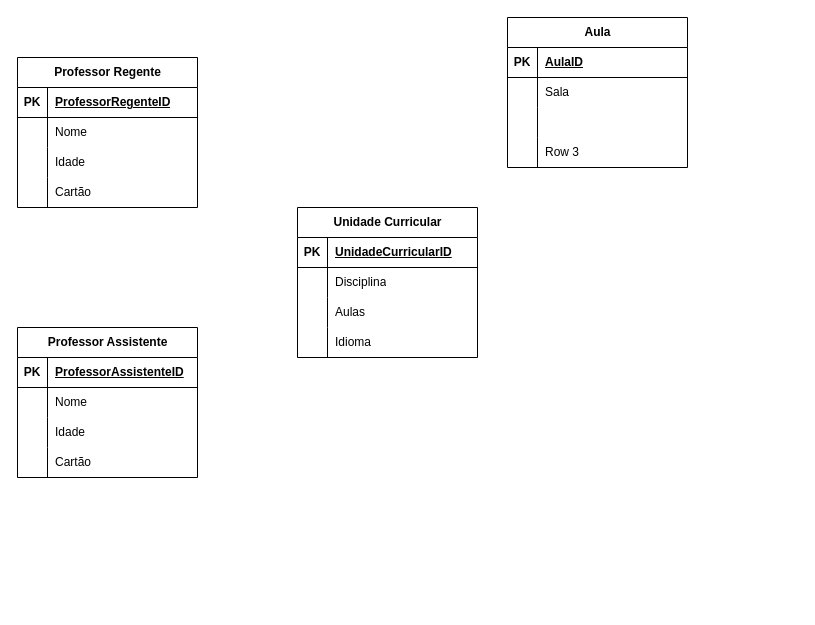
Above: Diagrama sem nome.drawio in afonsocastro107/tpsi-sgbd-2121824 (draw.io), before the change. Source tidied: cells renumbered, new cells numbered last; positions are measured from the earlier drawing's top-left corner, leaving out a move shared by most shapes. Both pictures are drawn from the tidied source at 100%, with x=0, y=0 at pixel (17, 17).
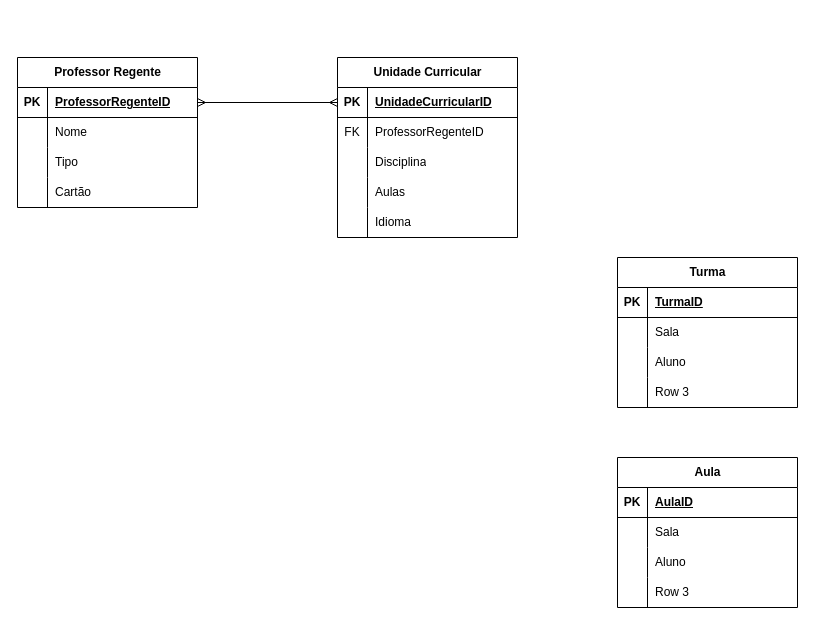
The same page after the edit.

Unchanged cells that the change refers to:
```xml
<mxCell id="3" style="shape=tableRow;horizontal=0;startSize=0;swimlaneHead=0;swimlaneBody=0;fillColor=none;points=[[0,0.5],[1,0.5]];portConstraint=eastwest;top=0;left=0;right=0;bottom=1;" parent="2" vertex="1">
  <mxGeometry y="30" width="180" height="30" as="geometry" />
</mxCell>
<mxCell id="16" style="shape=tableRow;horizontal=0;startSize=0;swimlaneHead=0;swimlaneBody=0;fillColor=none;points=[[0,0.5],[1,0.5]];portConstraint=eastwest;top=0;left=0;right=0;bottom=1;" parent="15" vertex="1">
  <mxGeometry y="30" width="180" height="30" as="geometry" />
</mxCell>
<mxCell id="22" style="shape=tableRow;horizontal=0;startSize=0;swimlaneHead=0;swimlaneBody=0;fillColor=none;top=0;left=0;right=0;bottom=0;" parent="15" vertex="1">
  <mxGeometry y="90" width="180" height="30" as="geometry" />
</mxCell>
<mxCell id="48" style="shape=tableRow;horizontal=0;startSize=0;swimlaneHead=0;swimlaneBody=0;fillColor=none;top=0;left=0;right=0;bottom=0;" parent="41" vertex="1">
  <mxGeometry y="90" width="180" height="30" as="geometry" />
</mxCell>
```

Change to the diagram source:
```diff
@@
     <mxCell id="2" value="Unidade Curricular" style="shape=table;startSize=30;childLayout=tableLayout;rowLines=0;fontStyle=1;align=center;html=1;" parent="1" vertex="1">
-      <mxGeometry x="280" y="190" width="180" height="150" as="geometry" />
+      <mxGeometry x="320" y="40" width="180" height="180" as="geometry" />
     </mxCell>
@@
+    <mxCell id="54" style="shape=tableRow;horizontal=0;startSize=0;swimlaneHead=0;swimlaneBody=0;fillColor=none;top=0;left=0;right=0;bottom=0;" parent="2" vertex="1">
+      <mxGeometry y="60" width="180" height="30" as="geometry" />
+    </mxCell>
+    <mxCell id="55" value="FK" style="shape=partialRectangle;fillColor=none;top=0;left=0;bottom=0;right=0;overflow=hidden;whiteSpace=wrap;html=1;" parent="54" vertex="1">
+      <mxGeometry width="30" height="30" as="geometry" />
+    </mxCell>
+    <mxCell id="56" value="ProfessorRegenteID" style="shape=partialRectangle;fillColor=none;top=0;left=0;bottom=0;right=0;align=left;spacingLeft=6;overflow=hidden;whiteSpace=wrap;html=1;" parent="54" vertex="1">
+      <mxGeometry x="30" width="150" height="30" as="geometry" />
+    </mxCell>
     <mxCell id="6" style="shape=tableRow;horizontal=0;startSize=0;swimlaneHead=0;swimlaneBody=0;fillColor=none;top=0;left=0;right=0;bottom=0;" parent="2" vertex="1">
-      <mxGeometry y="60" width="180" height="30" as="geometry" />
+      <mxGeometry y="90" width="180" height="30" as="geometry" />
     </mxCell>
@@
     <mxCell id="9" style="shape=tableRow;horizontal=0;startSize=0;swimlaneHead=0;swimlaneBody=0;fillColor=none;top=0;left=0;right=0;bottom=0;" parent="2" vertex="1">
-      <mxGeometry y="90" width="180" height="30" as="geometry" />
+      <mxGeometry y="120" width="180" height="30" as="geometry" />
     </mxCell>
@@
     <mxCell id="12" style="shape=tableRow;horizontal=0;startSize=0;swimlaneHead=0;swimlaneBody=0;fillColor=none;top=0;left=0;right=0;bottom=0;" parent="2" vertex="1">
-      <mxGeometry y="120" width="180" height="30" as="geometry" />
+      <mxGeometry y="150" width="180" height="30" as="geometry" />
     </mxCell>
@@
-    <mxCell id="24" value="Idade" style="shape=partialRectangle;fillColor=none;top=0;left=0;bottom=0;right=0;align=left;spacingLeft=6;overflow=hidden;whiteSpace=wrap;html=1;" parent="22" vertex="1">
+    <mxCell id="24" value="Tipo" style="shape=partialRectangle;fillColor=none;top=0;left=0;bottom=0;right=0;align=left;spacingLeft=6;overflow=hidden;whiteSpace=wrap;html=1;" parent="22" vertex="1">
       <mxGeometry x="30" width="150" height="30" as="geometry" />
     </mxCell>
@@
-    <mxCell id="28" value="Professor Assistente" style="shape=table;startSize=30;childLayout=tableLayout;rowLines=0;fontStyle=1;align=center;html=1;" parent="1" vertex="1">
-      <mxGeometry y="310" width="180" height="150" as="geometry" />
-    </mxCell>
-    <mxCell id="29" style="shape=tableRow;horizontal=0;startSize=0;swimlaneHead=0;swimlaneBody=0;fillColor=none;top=0;left=0;right=0;bottom=1;" parent="28" vertex="1">
-      <mxGeometry y="30" width="180" height="30" as="geometry" />
-    </mxCell>
-    <mxCell id="30" value="PK" style="shape=partialRectangle;fillColor=none;top=0;left=0;bottom=0;right=0;fontStyle=1;overflow=hidden;whiteSpace=wrap;html=1;" parent="29" vertex="1">
-      <mxGeometry width="30" height="30" as="geometry" />
-    </mxCell>
-    <mxCell id="31" value="ProfessorAssistenteID" style="shape=partialRectangle;fillColor=none;top=0;left=0;bottom=0;right=0;align=left;spacingLeft=6;fontStyle=5;overflow=hidden;whiteSpace=wrap;html=1;" parent="29" vertex="1">
-      <mxGeometry x="30" width="150" height="30" as="geometry" />
-    </mxCell>
-    <mxCell id="32" style="shape=tableRow;horizontal=0;startSize=0;swimlaneHead=0;swimlaneBody=0;fillColor=none;top=0;left=0;right=0;bottom=0;" parent="28" vertex="1">
-      <mxGeometry y="60" width="180" height="30" as="geometry" />
-    </mxCell>
-    <mxCell id="33" style="shape=partialRectangle;fillColor=none;top=0;left=0;bottom=0;right=0;overflow=hidden;whiteSpace=wrap;html=1;" parent="32" vertex="1">
-      <mxGeometry width="30" height="30" as="geometry" />
-    </mxCell>
-    <mxCell id="34" value="Nome" style="shape=partialRectangle;fillColor=none;top=0;left=0;bottom=0;right=0;align=left;spacingLeft=6;overflow=hidden;whiteSpace=wrap;html=1;" parent="32" vertex="1">
-      <mxGeometry x="30" width="150" height="30" as="geometry" />
-    </mxCell>
-    <mxCell id="35" style="shape=tableRow;horizontal=0;startSize=0;swimlaneHead=0;swimlaneBody=0;fillColor=none;top=0;left=0;right=0;bottom=0;" parent="28" vertex="1">
-      <mxGeometry y="90" width="180" height="30" as="geometry" />
-    </mxCell>
-    <mxCell id="36" style="shape=partialRectangle;fillColor=none;top=0;left=0;bottom=0;right=0;overflow=hidden;whiteSpace=wrap;html=1;" parent="35" vertex="1">
-      <mxGeometry width="30" height="30" as="geometry" />
-    </mxCell>
-    <mxCell id="37" value="Idade" style="shape=partialRectangle;fillColor=none;top=0;left=0;bottom=0;right=0;align=left;spacingLeft=6;overflow=hidden;whiteSpace=wrap;html=1;" parent="35" vertex="1">
-      <mxGeometry x="30" width="150" height="30" as="geometry" />
-    </mxCell>
-    <mxCell id="38" style="shape=tableRow;horizontal=0;startSize=0;swimlaneHead=0;swimlaneBody=0;fillColor=none;top=0;left=0;right=0;bottom=0;" parent="28" vertex="1">
-      <mxGeometry y="120" width="180" height="30" as="geometry" />
-    </mxCell>
-    <mxCell id="39" style="shape=partialRectangle;fillColor=none;top=0;left=0;bottom=0;right=0;overflow=hidden;whiteSpace=wrap;html=1;" parent="38" vertex="1">
-      <mxGeometry width="30" height="30" as="geometry" />
-    </mxCell>
-    <mxCell id="40" value="Cartão" style="shape=partialRectangle;fillColor=none;top=0;left=0;bottom=0;right=0;align=left;spacingLeft=6;overflow=hidden;whiteSpace=wrap;html=1;" parent="38" vertex="1">
-      <mxGeometry x="30" width="150" height="30" as="geometry" />
-    </mxCell>
     <mxCell id="41" value="Aula" style="shape=table;startSize=30;childLayout=tableLayout;rowLines=0;fontStyle=1;align=center;html=1;" parent="1" vertex="1">
-      <mxGeometry x="490" width="180" height="150" as="geometry" />
+      <mxGeometry x="600" y="440" width="180" height="150" as="geometry" />
     </mxCell>
@@
-    <mxCell id="50" value="&amp;nbsp;" style="shape=partialRectangle;fillColor=none;top=0;left=0;bottom=0;right=0;align=left;spacingLeft=6;overflow=hidden;whiteSpace=wrap;html=1;" parent="48" vertex="1">
+    <mxCell id="50" value="Aluno" style="shape=partialRectangle;fillColor=none;top=0;left=0;bottom=0;right=0;align=left;spacingLeft=6;overflow=hidden;whiteSpace=wrap;html=1;" parent="48" vertex="1">
       <mxGeometry x="30" width="150" height="30" as="geometry" />
     </mxCell>
@@
+    <mxCell id="57" style="edgeStyle=orthogonalEdgeStyle;fontSize=12;html=1;endArrow=ERmany;startArrow=ERmany;rounded=0;exitX=1;exitY=0.5;exitDx=0;exitDy=0;entryX=0;entryY=0.5;entryDx=0;entryDy=0;" parent="1" edge="1" source="16" target="3">
+      <mxGeometry relative="1" as="geometry" />
+    </mxCell>
+    <mxCell id="58" value="Turma" style="shape=table;startSize=30;childLayout=tableLayout;rowLines=0;fontStyle=1;align=center;html=1;" parent="1" vertex="1">
+      <mxGeometry x="600" y="240" width="180" height="150" as="geometry" />
+    </mxCell>
+    <mxCell id="29" style="shape=tableRow;horizontal=0;startSize=0;swimlaneHead=0;swimlaneBody=0;fillColor=none;top=0;left=0;right=0;bottom=1;" parent="58" vertex="1">
+      <mxGeometry y="30" width="180" height="30" as="geometry" />
+    </mxCell>
+    <mxCell id="30" value="PK" style="shape=partialRectangle;fillColor=none;top=0;left=0;bottom=0;right=0;fontStyle=1;overflow=hidden;whiteSpace=wrap;html=1;" parent="29" vertex="1">
+      <mxGeometry width="30" height="30" as="geometry" />
+    </mxCell>
+    <mxCell id="59" value="TurmaID" style="shape=partialRectangle;fillColor=none;top=0;left=0;bottom=0;right=0;align=left;spacingLeft=6;fontStyle=5;overflow=hidden;whiteSpace=wrap;html=1;" parent="29" vertex="1">
+      <mxGeometry x="30" width="150" height="30" as="geometry" />
+    </mxCell>
+    <mxCell id="60" style="shape=tableRow;horizontal=0;startSize=0;swimlaneHead=0;swimlaneBody=0;fillColor=none;top=0;left=0;right=0;bottom=0;" parent="58" vertex="1">
+      <mxGeometry y="60" width="180" height="30" as="geometry" />
+    </mxCell>
+    <mxCell id="61" style="shape=partialRectangle;fillColor=none;top=0;left=0;bottom=0;right=0;overflow=hidden;whiteSpace=wrap;html=1;" parent="60" vertex="1">
+      <mxGeometry width="30" height="30" as="geometry" />
+    </mxCell>
+    <mxCell id="62" value="Sala" style="shape=partialRectangle;fillColor=none;top=0;left=0;bottom=0;right=0;align=left;spacingLeft=6;overflow=hidden;whiteSpace=wrap;html=1;" parent="60" vertex="1">
+      <mxGeometry x="30" width="150" height="30" as="geometry" />
+    </mxCell>
+    <mxCell id="35" style="shape=tableRow;horizontal=0;startSize=0;swimlaneHead=0;swimlaneBody=0;fillColor=none;top=0;left=0;right=0;bottom=0;" parent="58" vertex="1">
+      <mxGeometry y="90" width="180" height="30" as="geometry" />
+    </mxCell>
+    <mxCell id="63" style="shape=partialRectangle;fillColor=none;top=0;left=0;bottom=0;right=0;overflow=hidden;whiteSpace=wrap;html=1;" parent="35" vertex="1">
+      <mxGeometry width="30" height="30" as="geometry" />
+    </mxCell>
+    <mxCell id="64" value="Aluno" style="shape=partialRectangle;fillColor=none;top=0;left=0;bottom=0;right=0;align=left;spacingLeft=6;overflow=hidden;whiteSpace=wrap;html=1;" parent="35" vertex="1">
+      <mxGeometry x="30" width="150" height="30" as="geometry" />
+    </mxCell>
+    <mxCell id="38" style="shape=tableRow;horizontal=0;startSize=0;swimlaneHead=0;swimlaneBody=0;fillColor=none;top=0;left=0;right=0;bottom=0;" parent="58" vertex="1">
+      <mxGeometry y="120" width="180" height="30" as="geometry" />
+    </mxCell>
+    <mxCell id="65" style="shape=partialRectangle;fillColor=none;top=0;left=0;bottom=0;right=0;overflow=hidden;whiteSpace=wrap;html=1;" parent="38" vertex="1">
+      <mxGeometry width="30" height="30" as="geometry" />
+    </mxCell>
+    <mxCell id="66" value="Row 3" style="shape=partialRectangle;fillColor=none;top=0;left=0;bottom=0;right=0;align=left;spacingLeft=6;overflow=hidden;whiteSpace=wrap;html=1;" parent="38" vertex="1">
+      <mxGeometry x="30" width="150" height="30" as="geometry" />
+    </mxCell>
```
